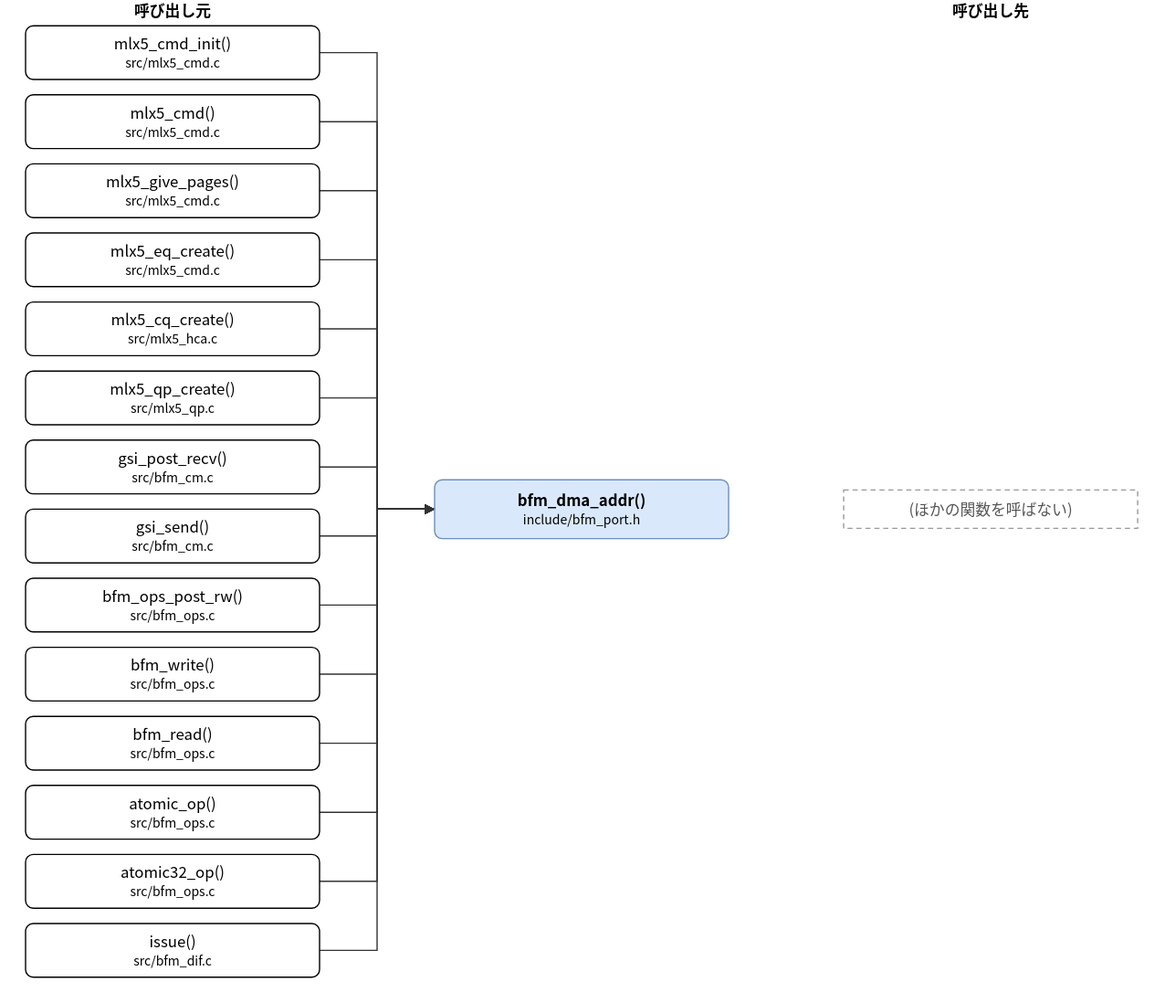
Earlier version of the draw.io export doc/spec/images/call_include_bfm_port-bfm_dma_addr.drawio.svg (hf355051012-ai/bfmem). Source tidied: cells renumbered, new cells last; positions are measured from the earlier drawing's top-left corner, leaving out a move shared by most shapes.
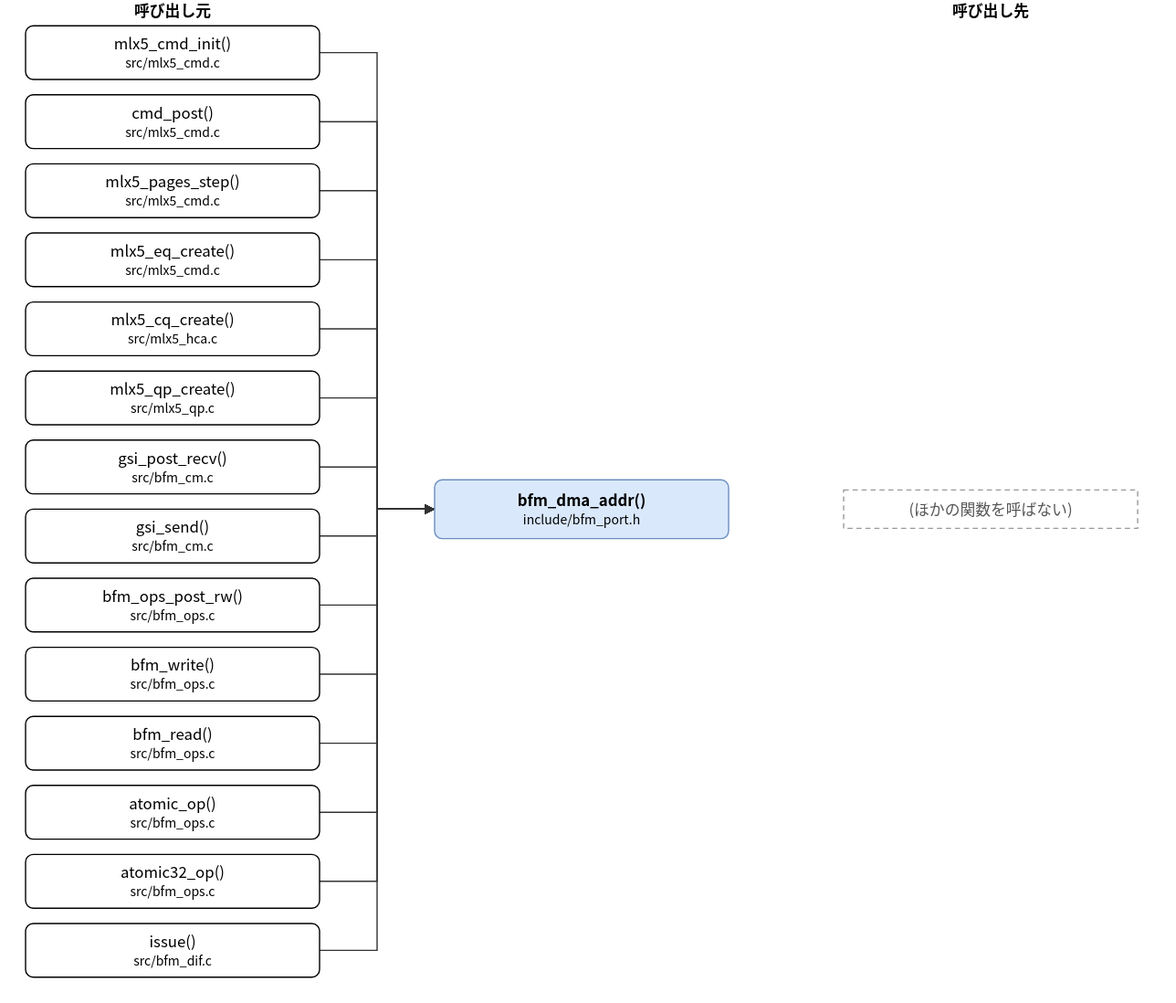
The same file after the commit.

Change to the diagram source:
```diff
@@ -8,10 +8,10 @@
     <mxCell id="3" value="mlx5_cmd_init()&lt;br&gt;&lt;font style=&quot;font-size:10px&quot;&gt;src/mlx5_cmd.c&lt;/font&gt;" style="rounded=1;whiteSpace=wrap;html=1;" parent="1" vertex="1">
       <mxGeometry y="20" width="230" height="42" as="geometry" />
     </mxCell>
-    <mxCell id="4" value="mlx5_cmd()&lt;br&gt;&lt;font style=&quot;font-size:10px&quot;&gt;src/mlx5_cmd.c&lt;/font&gt;" style="rounded=1;whiteSpace=wrap;html=1;" parent="1" vertex="1">
+    <mxCell id="4" value="cmd_post()&lt;br&gt;&lt;font style=&quot;font-size:10px&quot;&gt;src/mlx5_cmd.c&lt;/font&gt;" style="rounded=1;whiteSpace=wrap;html=1;" parent="1" vertex="1">
       <mxGeometry y="74" width="230" height="42" as="geometry" />
     </mxCell>
-    <mxCell id="5" value="mlx5_give_pages()&lt;br&gt;&lt;font style=&quot;font-size:10px&quot;&gt;src/mlx5_cmd.c&lt;/font&gt;" style="rounded=1;whiteSpace=wrap;html=1;" parent="1" vertex="1">
+    <mxCell id="5" value="mlx5_pages_step()&lt;br&gt;&lt;font style=&quot;font-size:10px&quot;&gt;src/mlx5_cmd.c&lt;/font&gt;" style="rounded=1;whiteSpace=wrap;html=1;" parent="1" vertex="1">
       <mxGeometry y="128" width="230" height="42" as="geometry" />
     </mxCell>
     <mxCell id="6" value="mlx5_eq_create()&lt;br&gt;&lt;font style=&quot;font-size:10px&quot;&gt;src/mlx5_cmd.c&lt;/font&gt;" style="rounded=1;whiteSpace=wrap;html=1;" parent="1" vertex="1">
```
